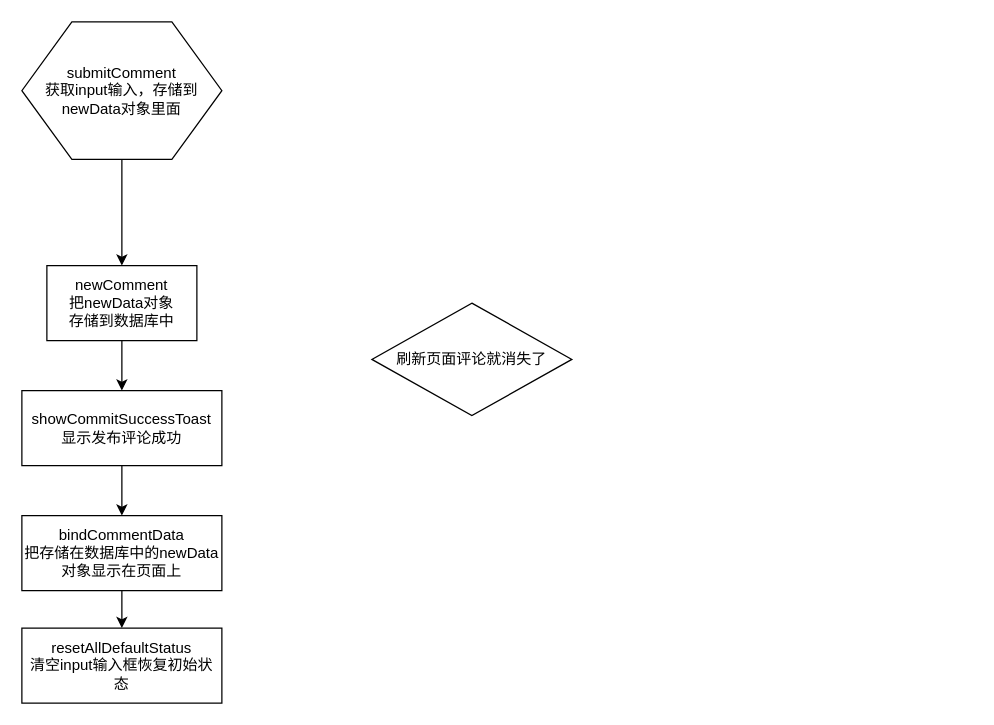
MoNaiZi/draw.io keeps this draw.io diagram as 小程序/提交评论流程图.drawio. Above is the earlier version. Source tidied: cells renumbered, new cells numbered last; positions are measured from the earlier drawing's top-left corner, leaving out a move shared by most shapes. Both pictures are drawn from the tidied source at 125%, with x=0, y=0 at pixel (21, 21).
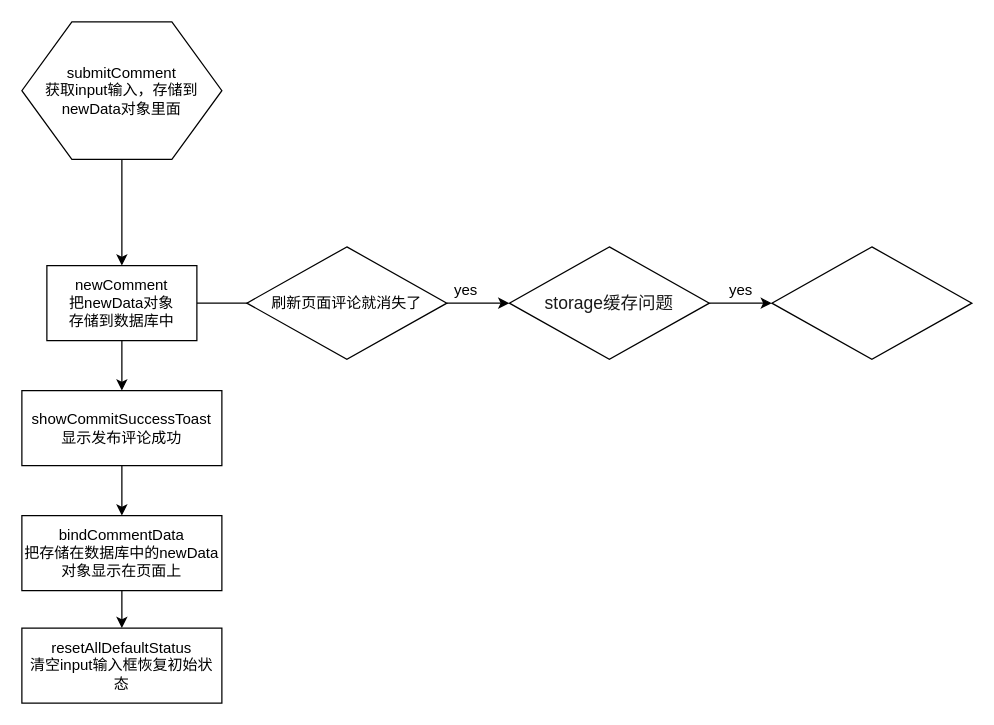
The same diagram, later.

Commit message:
更新提交评论流程图.drawio

The change refers to these unchanged cells:
```xml
<mxCell id="2" value="newComment&lt;br&gt;把newData对象&lt;br&gt;存储到数据库中" style="rounded=0;whiteSpace=wrap;html=1;" parent="1" vertex="1">
  <mxGeometry x="20" y="195" width="120" height="60" as="geometry" />
</mxCell>
```

Change to the diagram source:
```diff
@@
+    <mxCell id="13" style="edgeStyle=orthogonalEdgeStyle;rounded=0;jettySize=auto;html=1;" parent="1" edge="1" source="2">
+      <mxGeometry relative="1" as="geometry">
+        <mxPoint x="220" y="225" as="targetPoint" />
+      </mxGeometry>
+    </mxCell>
@@
+    <mxCell id="14" style="edgeStyle=orthogonalEdgeStyle;rounded=0;jettySize=auto;html=1;" parent="1" edge="1" source="12" target="16">
+      <mxGeometry relative="1" as="geometry" />
+    </mxCell>
     <mxCell id="12" value="刷新页面评论就消失了" style="rhombus;whiteSpace=wrap;html=1;" parent="1" vertex="1">
-      <mxGeometry x="280" y="225" width="160" height="90" as="geometry" />
+      <mxGeometry x="180" y="180" width="160" height="90" as="geometry" />
     </mxCell>
+    <mxCell id="15" style="edgeStyle=orthogonalEdgeStyle;rounded=0;jettySize=auto;html=1;" parent="1" edge="1" source="16" target="17">
+      <mxGeometry relative="1" as="geometry" />
+    </mxCell>
+    <mxCell id="16" value="&lt;span style=&quot;color: rgba(0 , 0 , 0 , 0.9) ; font-family: , &amp;#34;blinkmacsystemfont&amp;#34; , &amp;#34;helvetica neue&amp;#34; , &amp;#34;pingfang sc&amp;#34; , &amp;#34;hiragino sans gb&amp;#34; , &amp;#34;microsoft yahei ui&amp;#34; , &amp;#34;microsoft yahei&amp;#34; , &amp;#34;arial&amp;#34; , sans-serif ; font-size: 14px ; text-align: left ; white-space: normal ; background-color: rgb(255 , 255 , 255)&quot;&gt;storage缓存问题&lt;/span&gt;" style="rhombus;whiteSpace=wrap;html=1;" parent="1" vertex="1">
+      <mxGeometry x="390" y="180" width="160" height="90" as="geometry" />
+    </mxCell>
+    <mxCell id="17" style="rhombus;whiteSpace=wrap;html=1;" parent="1" vertex="1">
+      <mxGeometry x="600" y="180" width="160" height="90" as="geometry" />
+    </mxCell>
+    <mxCell id="18" value="yes" style="text;html=1;align=center;verticalAlign=middle;" parent="1" vertex="1">
+      <mxGeometry x="560" y="205" width="30" height="20" as="geometry" />
+    </mxCell>
+    <mxCell id="19" value="yes" style="text;html=1;align=center;verticalAlign=middle;" parent="1" vertex="1">
+      <mxGeometry x="340" y="205" width="30" height="20" as="geometry" />
+    </mxCell>
```
